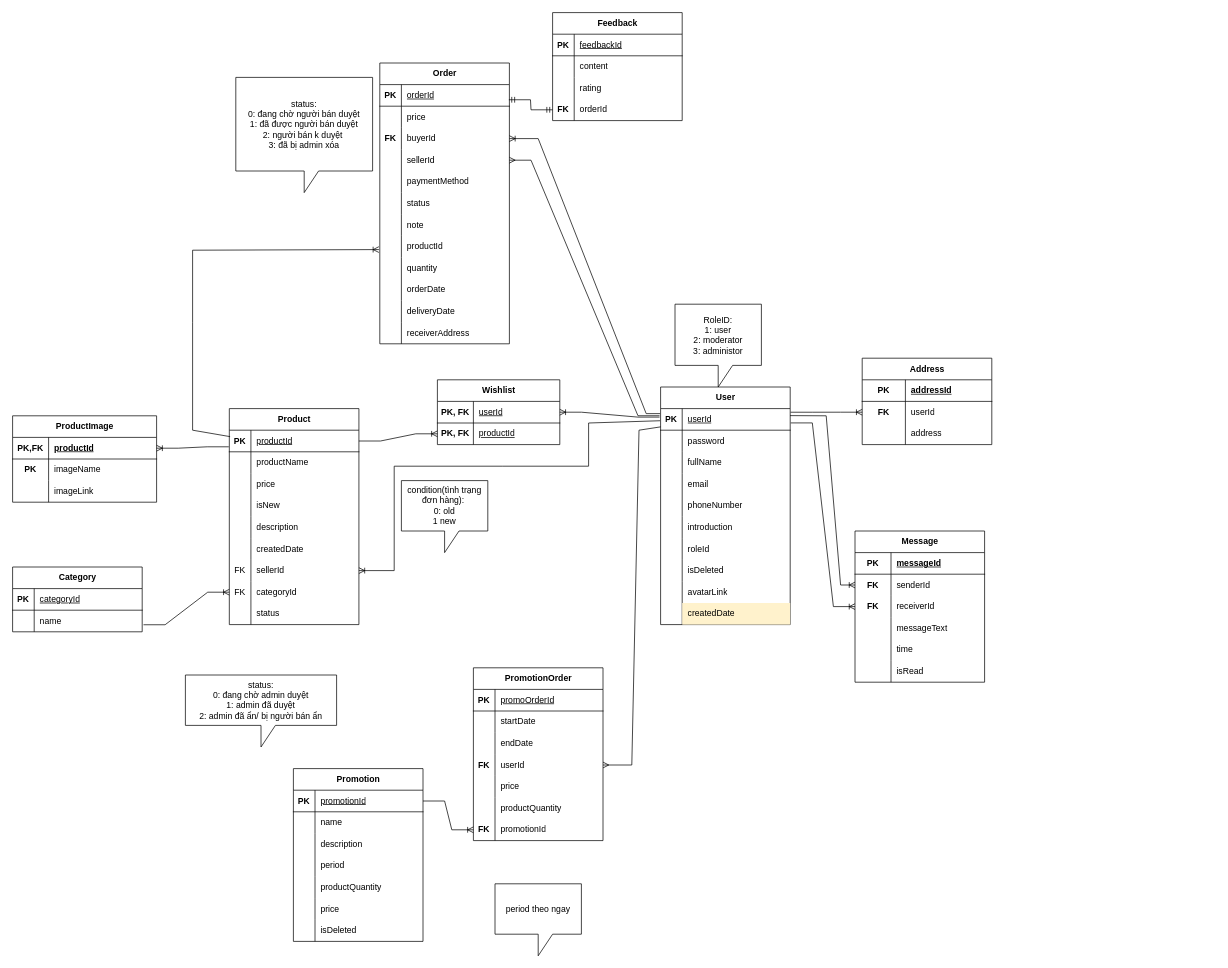
Earlier version of the draw.io diagram document/ERDPhysic.drawio (annguyenbinh03/FUFleamarket). Source tidied: cells renumbered, new cells numbered last; positions are measured from the earlier drawing's top-left corner, leaving out a move shared by most shapes. Both pictures are drawn from the tidied source at 72%, with x=0, y=0 at pixel (12, 12).
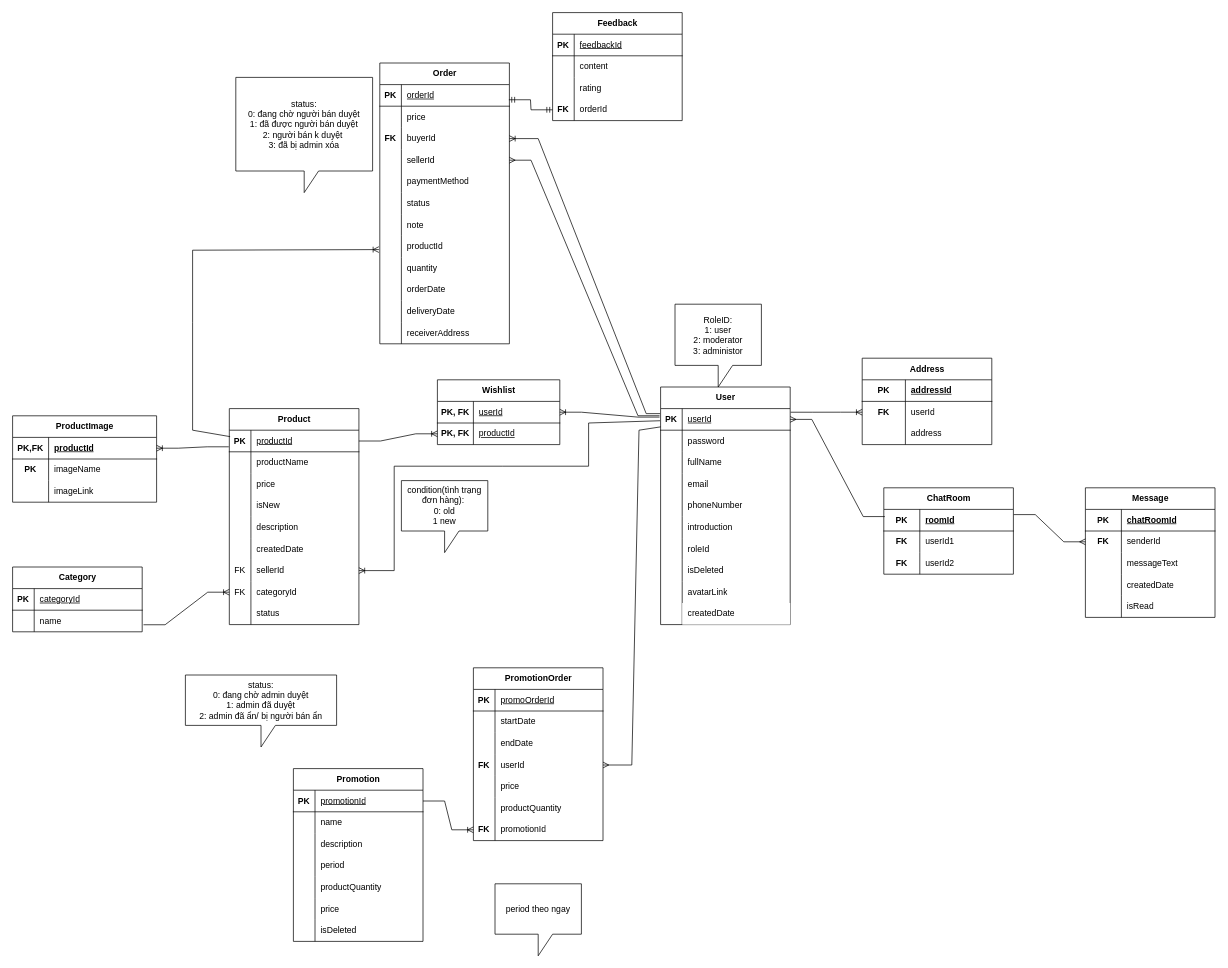
The same diagram, later.

Unchanged cells that the change refers to:
```xml
<mxCell id="3" style="shape=tableRow;horizontal=0;startSize=0;swimlaneHead=0;swimlaneBody=0;fillColor=none;points=[[0,0.5],[1,0.5]];portConstraint=eastwest;top=0;left=0;right=0;bottom=1;" parent="2" vertex="1">
  <mxGeometry y="30" width="180" height="30" as="geometry" />
</mxCell>
<mxCell id="30" style="shape=tableRow;horizontal=0;startSize=0;swimlaneHead=0;swimlaneBody=0;fillColor=none;top=0;left=0;right=0;bottom=0;" parent="2" vertex="1">
  <mxGeometry y="300" width="180" height="30" as="geometry" />
</mxCell>
<mxCell id="166" style="shape=tableRow;horizontal=0;startSize=0;swimlaneHead=0;swimlaneBody=0;fillColor=none;top=0;left=0;right=0;bottom=1;" parent="165" vertex="1">
  <mxGeometry y="30" width="180" height="30" as="geometry" />
</mxCell>
<mxCell id="169" style="shape=tableRow;horizontal=0;startSize=0;swimlaneHead=0;swimlaneBody=0;fillColor=none;points=[[0,0.5],[1,0.5]];portConstraint=eastwest;top=0;left=0;right=0;bottom=0;" parent="165" vertex="1">
  <mxGeometry y="60" width="180" height="30" as="geometry" />
</mxCell>
```

Diff of the diagram source:
```diff
@@
-    <mxCell id="32" value="createdDate" style="shape=partialRectangle;fillColor=#fff2cc;top=0;left=0;bottom=0;right=0;align=left;spacingLeft=6;overflow=hidden;whiteSpace=wrap;html=1;strokeColor=#d6b656;" parent="30" vertex="1">
+    <mxCell id="32" value="createdDate" style="shape=partialRectangle;top=0;left=0;bottom=0;right=0;align=left;spacingLeft=6;overflow=hidden;whiteSpace=wrap;html=1;" parent="30" vertex="1">
       <mxGeometry x="30" width="150" height="30" as="geometry" />
     </mxCell>
@@
     <mxCell id="165" value="Message" style="shape=table;startSize=30;childLayout=tableLayout;rowLines=0;fontStyle=1;align=center;html=1;" parent="1" vertex="1">
-      <mxGeometry x="1170" y="720" width="180" height="210" as="geometry" />
+      <mxGeometry x="1490" y="660" width="180" height="180" as="geometry" />
     </mxCell>
@@
-    <mxCell id="168" value="messageId" style="shape=partialRectangle;fillColor=none;top=0;left=0;bottom=0;right=0;align=left;spacingLeft=6;fontStyle=5;overflow=hidden;whiteSpace=wrap;html=1;" parent="166" vertex="1">
+    <mxCell id="168" value="chatRoomId" style="shape=partialRectangle;fillColor=none;top=0;left=0;bottom=0;right=0;align=left;spacingLeft=6;fontStyle=5;overflow=hidden;whiteSpace=wrap;html=1;" parent="166" vertex="1">
       <mxGeometry x="50" width="130" height="30" as="geometry" />
     </mxCell>
@@
-    <mxCell id="172" style="shape=tableRow;horizontal=0;startSize=0;swimlaneHead=0;swimlaneBody=0;fillColor=none;points=[[0,0.5],[1,0.5]];portConstraint=eastwest;top=0;left=0;right=0;bottom=0;" parent="165" vertex="1">
-      <mxGeometry y="90" width="180" height="30" as="geometry" />
-    </mxCell>
-    <mxCell id="173" value="&lt;b&gt;FK&lt;/b&gt;" style="shape=partialRectangle;fillColor=none;top=0;left=0;bottom=0;right=0;overflow=hidden;whiteSpace=wrap;html=1;" parent="172" vertex="1">
-      <mxGeometry width="50" height="30" as="geometry" />
-    </mxCell>
-    <mxCell id="174" value="receiverId" style="shape=partialRectangle;fillColor=none;top=0;left=0;bottom=0;right=0;align=left;spacingLeft=6;overflow=hidden;whiteSpace=wrap;html=1;" parent="172" vertex="1">
-      <mxGeometry x="50" width="130" height="30" as="geometry" />
-    </mxCell>
     <mxCell id="175" style="shape=tableRow;horizontal=0;startSize=0;swimlaneHead=0;swimlaneBody=0;fillColor=none;top=0;left=0;right=0;bottom=0;" parent="165" vertex="1">
-      <mxGeometry y="120" width="180" height="30" as="geometry" />
+      <mxGeometry y="90" width="180" height="30" as="geometry" />
     </mxCell>
@@
     <mxCell id="178" style="shape=tableRow;horizontal=0;startSize=0;swimlaneHead=0;swimlaneBody=0;fillColor=none;top=0;left=0;right=0;bottom=0;" parent="165" vertex="1">
-      <mxGeometry y="150" width="180" height="30" as="geometry" />
+      <mxGeometry y="120" width="180" height="30" as="geometry" />
     </mxCell>
@@
-    <mxCell id="180" value="time" style="shape=partialRectangle;fillColor=none;top=0;left=0;bottom=0;right=0;align=left;spacingLeft=6;overflow=hidden;whiteSpace=wrap;html=1;" parent="178" vertex="1">
+    <mxCell id="180" value="createdDate" style="shape=partialRectangle;fillColor=none;top=0;left=0;bottom=0;right=0;align=left;spacingLeft=6;overflow=hidden;whiteSpace=wrap;html=1;" parent="178" vertex="1">
       <mxGeometry x="50" width="130" height="30" as="geometry" />
     </mxCell>
     <mxCell id="181" style="shape=tableRow;horizontal=0;startSize=0;swimlaneHead=0;swimlaneBody=0;fillColor=none;top=0;left=0;right=0;bottom=0;" parent="165" vertex="1">
-      <mxGeometry y="180" width="180" height="30" as="geometry" />
+      <mxGeometry y="150" width="180" height="30" as="geometry" />
     </mxCell>
@@
-    <mxCell id="184" style="fontSize=12;html=1;endArrow=ERoneToMany;rounded=0;exitX=0.999;exitY=0.325;exitDx=0;exitDy=0;exitPerimeter=0;entryX=0;entryY=0.5;entryDx=0;entryDy=0;" parent="1" edge="1" source="3" target="169">
-      <mxGeometry relative="1" as="geometry">
-        <Array as="points">
-          <mxPoint x="1130" y="560" />
-          <mxPoint x="1150" y="795" />
-        </Array>
-      </mxGeometry>
-    </mxCell>
-    <mxCell id="185" style="edgeStyle=entityRelationEdgeStyle;fontSize=12;html=1;endArrow=ERoneToMany;rounded=0;exitX=1.004;exitY=0.663;exitDx=0;exitDy=0;exitPerimeter=0;entryX=0;entryY=0.5;entryDx=0;entryDy=0;" parent="1" edge="1" source="3" target="172">
-      <mxGeometry relative="1" as="geometry" />
-    </mxCell>
@@
+    <mxCell id="227" value="ChatRoom" style="shape=table;startSize=30;childLayout=tableLayout;rowLines=0;fontStyle=1;align=center;html=1;" parent="1" vertex="1">
+      <mxGeometry x="1210" y="660" width="180" height="120" as="geometry" />
+    </mxCell>
+    <mxCell id="228" style="shape=tableRow;horizontal=0;startSize=0;swimlaneHead=0;swimlaneBody=0;fillColor=none;points=[[0,0.5],[1,0.5]];portConstraint=eastwest;top=0;left=0;right=0;bottom=1;" parent="227" vertex="1">
+      <mxGeometry y="30" width="180" height="30" as="geometry" />
+    </mxCell>
+    <mxCell id="229" value="PK" style="shape=partialRectangle;fillColor=none;top=0;left=0;bottom=0;right=0;fontStyle=1;overflow=hidden;whiteSpace=wrap;html=1;" parent="228" vertex="1">
+      <mxGeometry width="50" height="30" as="geometry" />
+    </mxCell>
+    <mxCell id="230" value="roomId" style="shape=partialRectangle;fillColor=none;top=0;left=0;bottom=0;right=0;align=left;spacingLeft=6;fontStyle=5;overflow=hidden;whiteSpace=wrap;html=1;" parent="228" vertex="1">
+      <mxGeometry x="50" width="130" height="30" as="geometry" />
+    </mxCell>
+    <mxCell id="231" style="shape=tableRow;horizontal=0;startSize=0;swimlaneHead=0;swimlaneBody=0;fillColor=none;top=0;left=0;right=0;bottom=0;" parent="227" vertex="1">
+      <mxGeometry y="60" width="180" height="30" as="geometry" />
+    </mxCell>
+    <mxCell id="232" value="&lt;b&gt;FK&lt;/b&gt;" style="shape=partialRectangle;fillColor=none;top=0;left=0;bottom=0;right=0;overflow=hidden;whiteSpace=wrap;html=1;" parent="231" vertex="1">
+      <mxGeometry width="50" height="30" as="geometry" />
+    </mxCell>
+    <mxCell id="233" value="userId1" style="shape=partialRectangle;fillColor=none;top=0;left=0;bottom=0;right=0;align=left;spacingLeft=6;overflow=hidden;whiteSpace=wrap;html=1;" parent="231" vertex="1">
+      <mxGeometry x="50" width="130" height="30" as="geometry" />
+    </mxCell>
+    <mxCell id="172" style="shape=tableRow;horizontal=0;startSize=0;swimlaneHead=0;swimlaneBody=0;fillColor=none;points=[[0,0.5],[1,0.5]];portConstraint=eastwest;top=0;left=0;right=0;bottom=0;" parent="227" vertex="1">
+      <mxGeometry y="90" width="180" height="30" as="geometry" />
+    </mxCell>
+    <mxCell id="234" value="&lt;b&gt;FK&lt;/b&gt;" style="shape=partialRectangle;fillColor=none;top=0;left=0;bottom=0;right=0;overflow=hidden;whiteSpace=wrap;html=1;" parent="172" vertex="1">
+      <mxGeometry width="50" height="30" as="geometry" />
+    </mxCell>
+    <mxCell id="235" value="userId2" style="shape=partialRectangle;fillColor=none;top=0;left=0;bottom=0;right=0;align=left;spacingLeft=6;overflow=hidden;whiteSpace=wrap;html=1;" parent="172" vertex="1">
+      <mxGeometry x="50" width="130" height="30" as="geometry" />
+    </mxCell>
+    <mxCell id="236" style="edgeStyle=entityRelationEdgeStyle;fontSize=12;html=1;endArrow=ERmany;rounded=0;entryX=1;entryY=0.5;entryDx=0;entryDy=0;exitX=0.008;exitY=0.332;exitDx=0;exitDy=0;exitPerimeter=0;" parent="1" edge="1" source="228" target="3">
+      <mxGeometry relative="1" as="geometry" />
+    </mxCell>
+    <mxCell id="237" style="edgeStyle=entityRelationEdgeStyle;fontSize=12;html=1;endArrow=ERmany;rounded=0;exitX=1.002;exitY=0.241;exitDx=0;exitDy=0;exitPerimeter=0;entryX=0;entryY=0.5;entryDx=0;entryDy=0;" parent="1" edge="1" source="228" target="169">
+      <mxGeometry relative="1" as="geometry" />
+    </mxCell>
```
